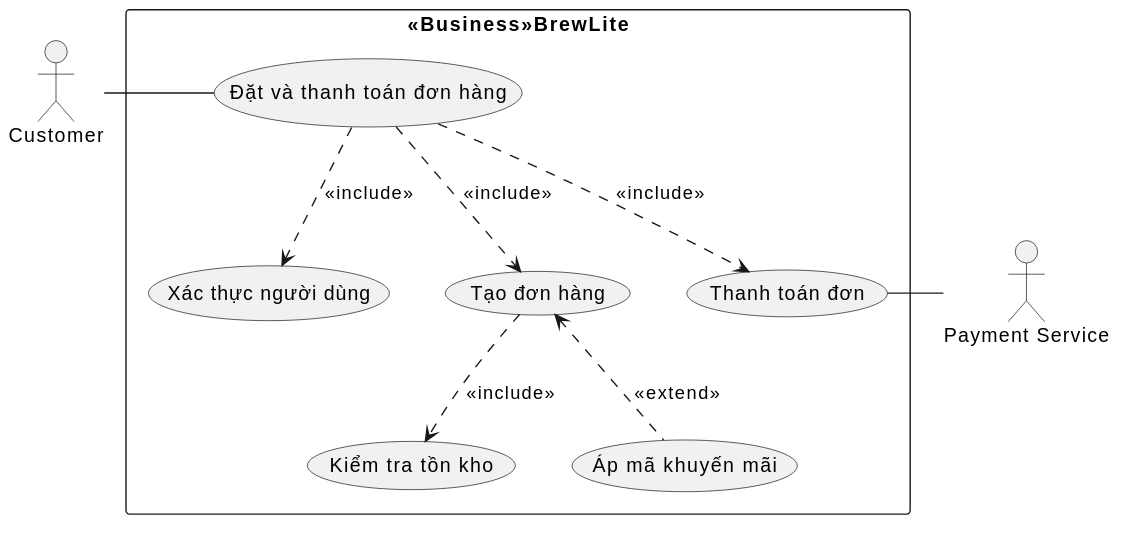
synguyen267/brewlite-assignment2 keeps this PlantUML diagram as docs/diagrams/usecase-checkout.svg. Above is the earlier version.
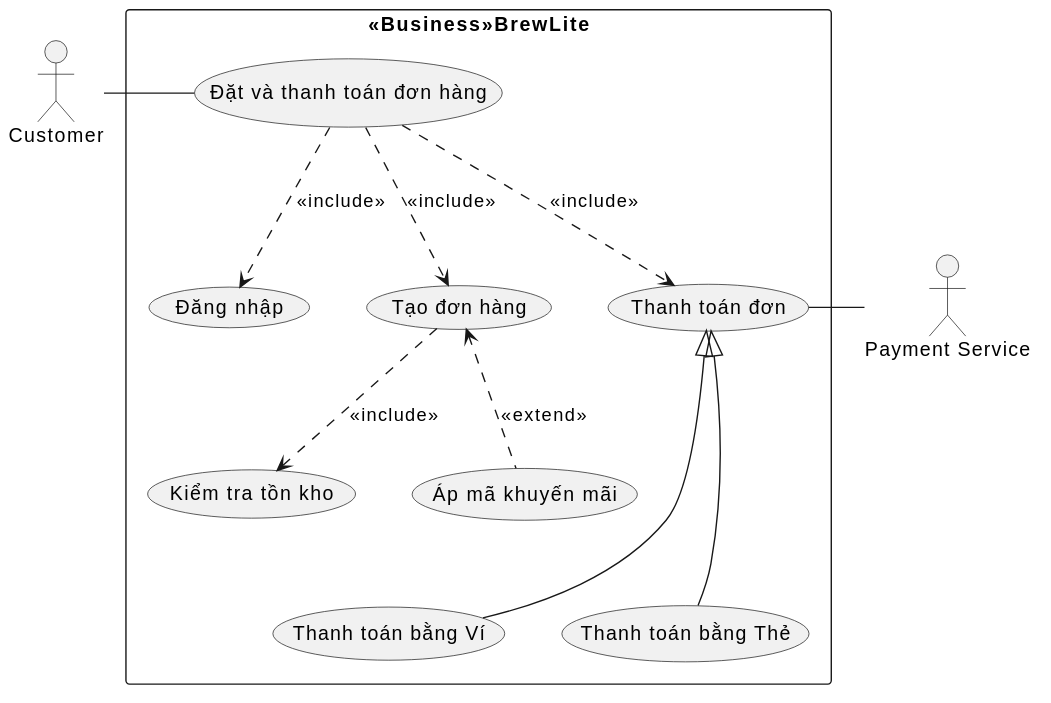
After the change.

Commit message:
docs: refine use-case diagrams (split login/register, payment generalization)

What changed in the source:
```diff
@@ -2,18 +2,20 @@
 top to bottom direction
 skinparam packageStyle rectangle
 skinparam nodesep 40
-skinparam ranksep 50
+skinparam ranksep 60
 
 actor Customer
 actor "Payment Service" as PS
 
 rectangle "<<Business>>BrewLite" {
   usecase "Đặt và thanh toán đơn hàng" as UC04
-  usecase "Xác thực người dùng" as UCA
+  usecase "Đăng nhập" as UCA
   usecase "Tạo đơn hàng" as UCO
   usecase "Thanh toán đơn" as UCP
   usecase "Kiểm tra tồn kho" as UCS
   usecase "Áp mã khuyến mãi" as UCD
+  usecase "Thanh toán bằng Ví" as UCW
+  usecase "Thanh toán bằng Thẻ" as UCC
 }
 
 Customer -right- UC04
@@ -24,5 +26,7 @@
 UCO -[hidden]right- UCP
 UCO .down.> UCS : <<include>>
 UCD .up.> UCO : <<extend>>
+UCW --up-|> UCP
+UCC --up-|> UCP
 UCP -right- PS
 @enduml
```
